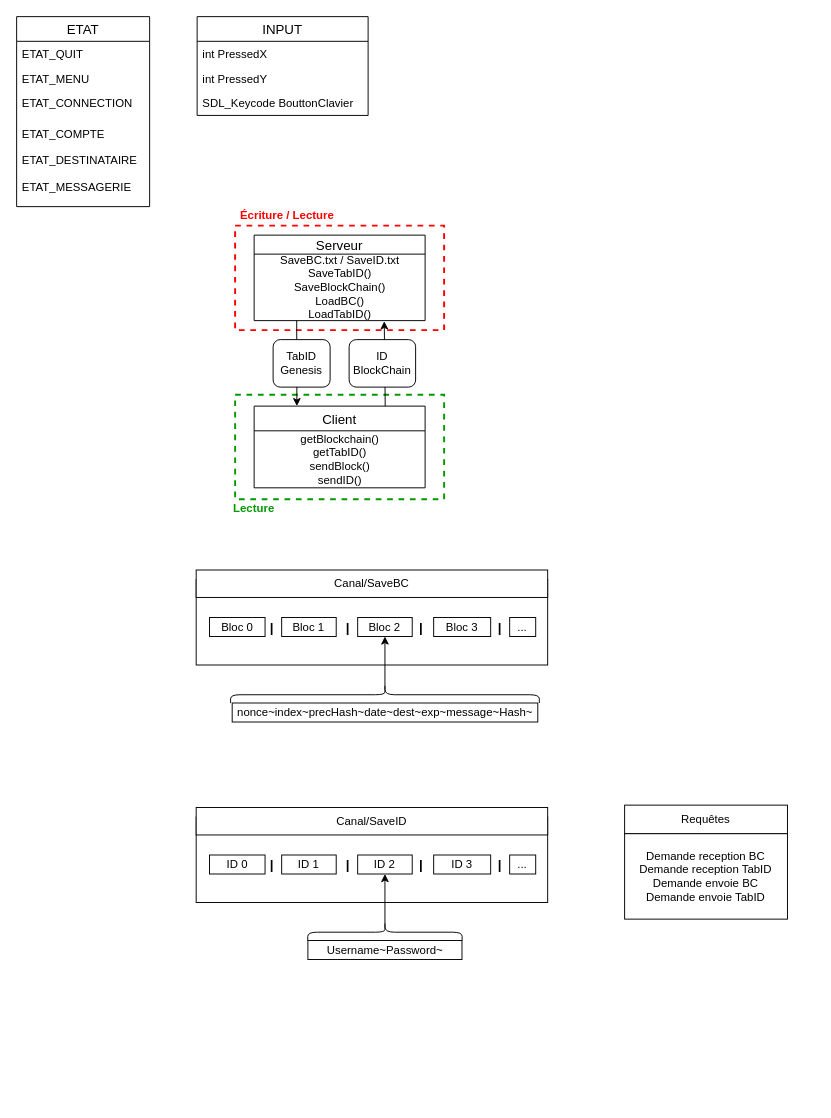
lucasmaisonnave/BottleV2 keeps this draw.io diagram as page "Variable et Structures" (6 of 6) of AffichageBottle.drawio. Above is the earlier version. Source tidied: cells renumbered, new cells numbered last; positions are measured from the earlier drawing's top-left corner, leaving out a move shared by most shapes. Both pictures are drawn from the tidied source at 95%, with x=0, y=0 at pixel (16, 16).
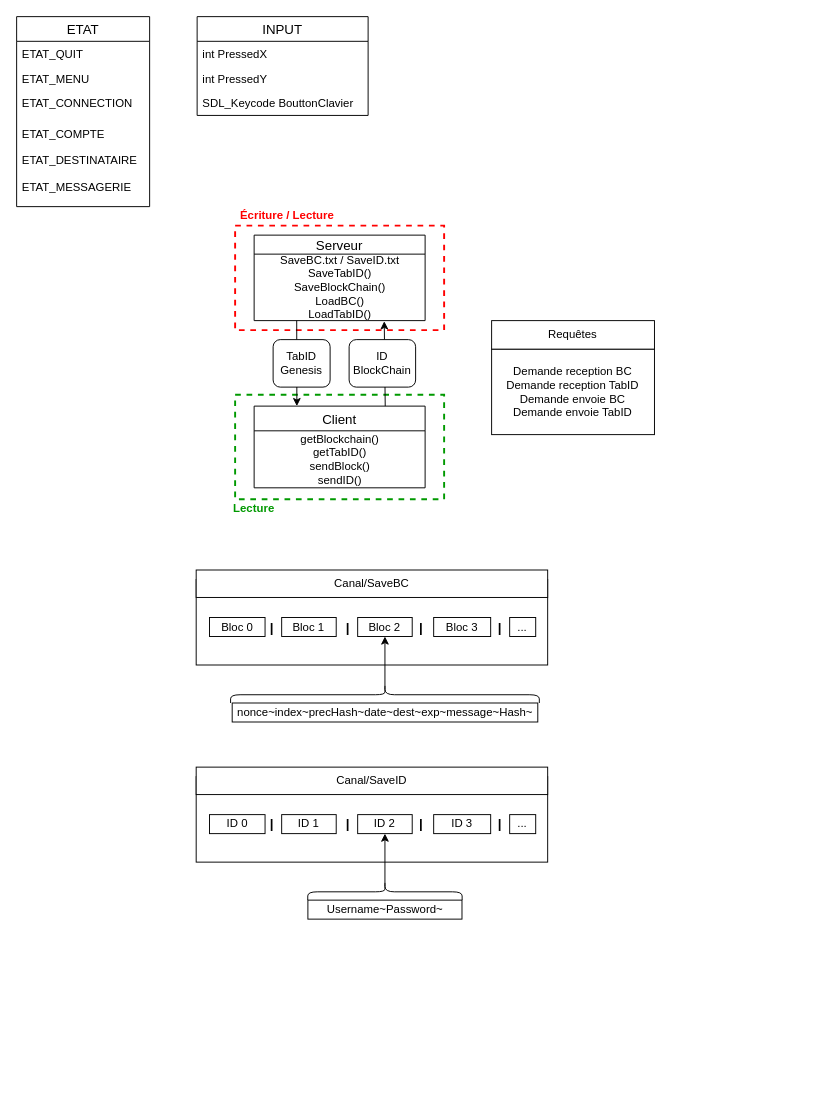
After the change.

The edit, as a diff of the source:
```diff
@@
     <mxCell id="24" style="group;" parent="1" vertex="1">
-      <mxGeometry x="189" y="562.5" width="370" height="312.5" as="geometry" />
+      <mxGeometry x="189" y="562.5" width="370" height="438.8" as="geometry" />
     </mxCell>
     <mxCell id="25" style="group;" parent="24" vertex="1">
-      <mxGeometry width="370" height="312.5" as="geometry" />
+      <mxGeometry width="370" height="438.8" as="geometry" />
     </mxCell>
@@
-    <mxCell id="40" style="group;" parent="1" vertex="1">
-      <mxGeometry x="320" y="830" width="370" height="312.5" as="geometry" />
-    </mxCell>
-    <mxCell id="41" style="group;" parent="40" vertex="1">
-      <mxGeometry width="370" height="312.5" as="geometry" />
-    </mxCell>
-    <mxCell id="42" style="rounded=0;whiteSpace=wrap;html=1;" parent="41" vertex="1">
-      <mxGeometry x="-131" y="12.5" width="370" height="90" as="geometry" />
+    <mxCell id="42" style="rounded=0;whiteSpace=wrap;html=1;" parent="25" vertex="1">
+      <mxGeometry y="237.5" width="370" height="90" as="geometry" />
     </mxCell>
-    <mxCell id="43" value="Canal/SaveID" style="rounded=0;whiteSpace=wrap;html=1;" parent="41" vertex="1">
-      <mxGeometry x="-131" y="2.5" width="370" height="28.9" as="geometry" />
+    <mxCell id="43" value="Canal/SaveID" style="rounded=0;whiteSpace=wrap;html=1;" parent="25" vertex="1">
+      <mxGeometry y="227.5" width="370" height="28.9" as="geometry" />
     </mxCell>
-    <mxCell id="44" value="ID 0" style="rounded=0;whiteSpace=wrap;html=1;" parent="41" vertex="1">
-      <mxGeometry x="-117" y="52.5" width="58.5" height="20" as="geometry" />
+    <mxCell id="44" value="ID 0" style="rounded=0;whiteSpace=wrap;html=1;" parent="25" vertex="1">
+      <mxGeometry x="14" y="277.5" width="58.5" height="20" as="geometry" />
     </mxCell>
-    <mxCell id="45" value="ID 3" style="rounded=0;whiteSpace=wrap;html=1;" parent="41" vertex="1">
-      <mxGeometry x="119" y="52.5" width="60" height="20" as="geometry" />
+    <mxCell id="45" value="ID 3" style="rounded=0;whiteSpace=wrap;html=1;" parent="25" vertex="1">
+      <mxGeometry x="250" y="277.5" width="60" height="20" as="geometry" />
     </mxCell>
-    <mxCell id="46" value="ID 2" style="rounded=0;whiteSpace=wrap;html=1;" parent="41" vertex="1">
-      <mxGeometry x="39" y="52.5" width="57.4" height="20" as="geometry" />
+    <mxCell id="46" value="ID 2" style="rounded=0;whiteSpace=wrap;html=1;" parent="25" vertex="1">
+      <mxGeometry x="170" y="277.5" width="57.4" height="20" as="geometry" />
     </mxCell>
-    <mxCell id="47" value="ID 1" style="rounded=0;whiteSpace=wrap;html=1;" parent="41" vertex="1">
-      <mxGeometry x="-41" y="52.5" width="57.4" height="20" as="geometry" />
+    <mxCell id="47" value="ID 1" style="rounded=0;whiteSpace=wrap;html=1;" parent="25" vertex="1">
+      <mxGeometry x="90" y="277.5" width="57.4" height="20" as="geometry" />
     </mxCell>
-    <mxCell id="48" value="..." style="rounded=0;whiteSpace=wrap;html=1;" parent="41" vertex="1">
-      <mxGeometry x="199" y="52.5" width="27.4" height="20" as="geometry" />
+    <mxCell id="48" value="..." style="rounded=0;whiteSpace=wrap;html=1;" parent="25" vertex="1">
+      <mxGeometry x="330" y="277.5" width="27.4" height="20" as="geometry" />
     </mxCell>
-    <mxCell id="49" value="&lt;b&gt;&lt;font style=&quot;font-size: 14px&quot;&gt;|&lt;/font&gt;&lt;/b&gt;" style="text;html=1;strokeColor=none;fillColor=none;align=center;verticalAlign=middle;whiteSpace=wrap;rounded=0;" parent="41" vertex="1">
-      <mxGeometry x="-71" y="52.5" width="40" height="20" as="geometry" />
+    <mxCell id="49" value="&lt;b&gt;&lt;font style=&quot;font-size: 14px&quot;&gt;|&lt;/font&gt;&lt;/b&gt;" style="text;html=1;strokeColor=none;fillColor=none;align=center;verticalAlign=middle;whiteSpace=wrap;rounded=0;" parent="25" vertex="1">
+      <mxGeometry x="60" y="277.5" width="40" height="20" as="geometry" />
     </mxCell>
-    <mxCell id="50" value="&lt;b&gt;&lt;font style=&quot;font-size: 14px&quot;&gt;|&lt;/font&gt;&lt;/b&gt;" style="text;html=1;strokeColor=none;fillColor=none;align=center;verticalAlign=middle;whiteSpace=wrap;rounded=0;" parent="41" vertex="1">
-      <mxGeometry x="9" y="52.5" width="40" height="20" as="geometry" />
+    <mxCell id="50" value="&lt;b&gt;&lt;font style=&quot;font-size: 14px&quot;&gt;|&lt;/font&gt;&lt;/b&gt;" style="text;html=1;strokeColor=none;fillColor=none;align=center;verticalAlign=middle;whiteSpace=wrap;rounded=0;" parent="25" vertex="1">
+      <mxGeometry x="140" y="277.5" width="40" height="20" as="geometry" />
     </mxCell>
-    <mxCell id="51" value="&lt;b&gt;&lt;font style=&quot;font-size: 14px&quot;&gt;|&lt;/font&gt;&lt;/b&gt;" style="text;html=1;strokeColor=none;fillColor=none;align=center;verticalAlign=middle;whiteSpace=wrap;rounded=0;" parent="41" vertex="1">
-      <mxGeometry x="86.4" y="52.5" width="40" height="20" as="geometry" />
+    <mxCell id="51" value="&lt;b&gt;&lt;font style=&quot;font-size: 14px&quot;&gt;|&lt;/font&gt;&lt;/b&gt;" style="text;html=1;strokeColor=none;fillColor=none;align=center;verticalAlign=middle;whiteSpace=wrap;rounded=0;" parent="25" vertex="1">
+      <mxGeometry x="217.4" y="277.5" width="40" height="20" as="geometry" />
     </mxCell>
-    <mxCell id="52" value="&lt;b&gt;&lt;font style=&quot;font-size: 14px&quot;&gt;|&lt;/font&gt;&lt;/b&gt;" style="text;html=1;strokeColor=none;fillColor=none;align=center;verticalAlign=middle;whiteSpace=wrap;rounded=0;" parent="41" vertex="1">
-      <mxGeometry x="169" y="52.5" width="40" height="20" as="geometry" />
+    <mxCell id="52" value="&lt;b&gt;&lt;font style=&quot;font-size: 14px&quot;&gt;|&lt;/font&gt;&lt;/b&gt;" style="text;html=1;strokeColor=none;fillColor=none;align=center;verticalAlign=middle;whiteSpace=wrap;rounded=0;" parent="25" vertex="1">
+      <mxGeometry x="300" y="277.5" width="40" height="20" as="geometry" />
     </mxCell>
-    <mxCell id="53" style="edgeStyle=orthogonalEdgeStyle;rounded=0;jettySize=auto;html=1;exitX=0.1;exitY=0.5;exitDx=0;exitDy=0;exitPerimeter=0;entryX=0.5;entryY=1;entryDx=0;entryDy=0;" parent="41" edge="1" source="54" target="46">
+    <mxCell id="53" style="edgeStyle=orthogonalEdgeStyle;rounded=0;jettySize=auto;html=1;exitX=0.1;exitY=0.5;exitDx=0;exitDy=0;exitPerimeter=0;entryX=0.5;entryY=1;entryDx=0;entryDy=0;" parent="25" edge="1" source="54" target="46">
       <mxGeometry relative="1" as="geometry" />
     </mxCell>
-    <mxCell id="54" style="shape=curlyBracket;whiteSpace=wrap;html=1;rounded=1;rotation=90;size=0.5654999999999972;" parent="41" vertex="1">
-      <mxGeometry x="57.7" y="51.2" width="20" height="162.5" as="geometry" />
+    <mxCell id="54" style="shape=curlyBracket;whiteSpace=wrap;html=1;rounded=1;rotation=90;size=0.5654999999999972;" parent="25" vertex="1">
+      <mxGeometry x="188.7" y="276.2" width="20" height="162.5" as="geometry" />
     </mxCell>
-    <mxCell id="55" value="Username~Password~" style="rounded=0;whiteSpace=wrap;html=1;" parent="41" vertex="1">
-      <mxGeometry x="-13.4" y="142.5" width="162.2" height="20" as="geometry" />
+    <mxCell id="55" value="Username~Password~" style="rounded=0;whiteSpace=wrap;html=1;" parent="25" vertex="1">
+      <mxGeometry x="117.6" y="367.5" width="162.2" height="20" as="geometry" />
     </mxCell>
     <mxCell id="56" style="group;" parent="1" vertex="1">
-      <mxGeometry x="640" y="830" width="200" height="120" as="geometry" />
+      <mxGeometry x="500" y="320" width="200" height="120" as="geometry" />
     </mxCell>
```
